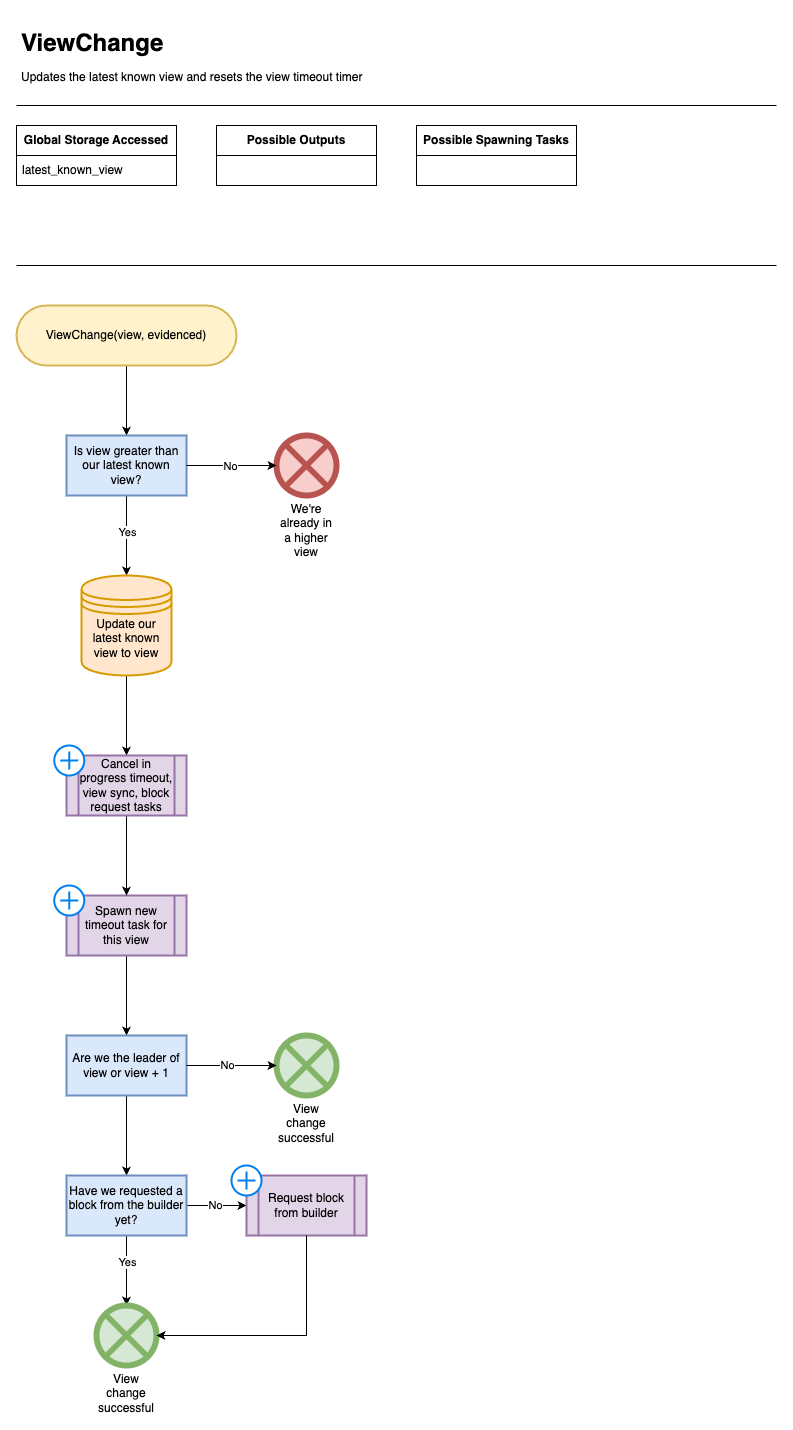
This is docs/diagrams/images/HotShotFlow-ViewChange.drawio.png from EspressoSystems/HotShot, a draw.io export, as it was before one commit. Source tidied: cells renumbered, new cells last; positions are measured from the earlier drawing's top-left corner, leaving out a move shared by most shapes.
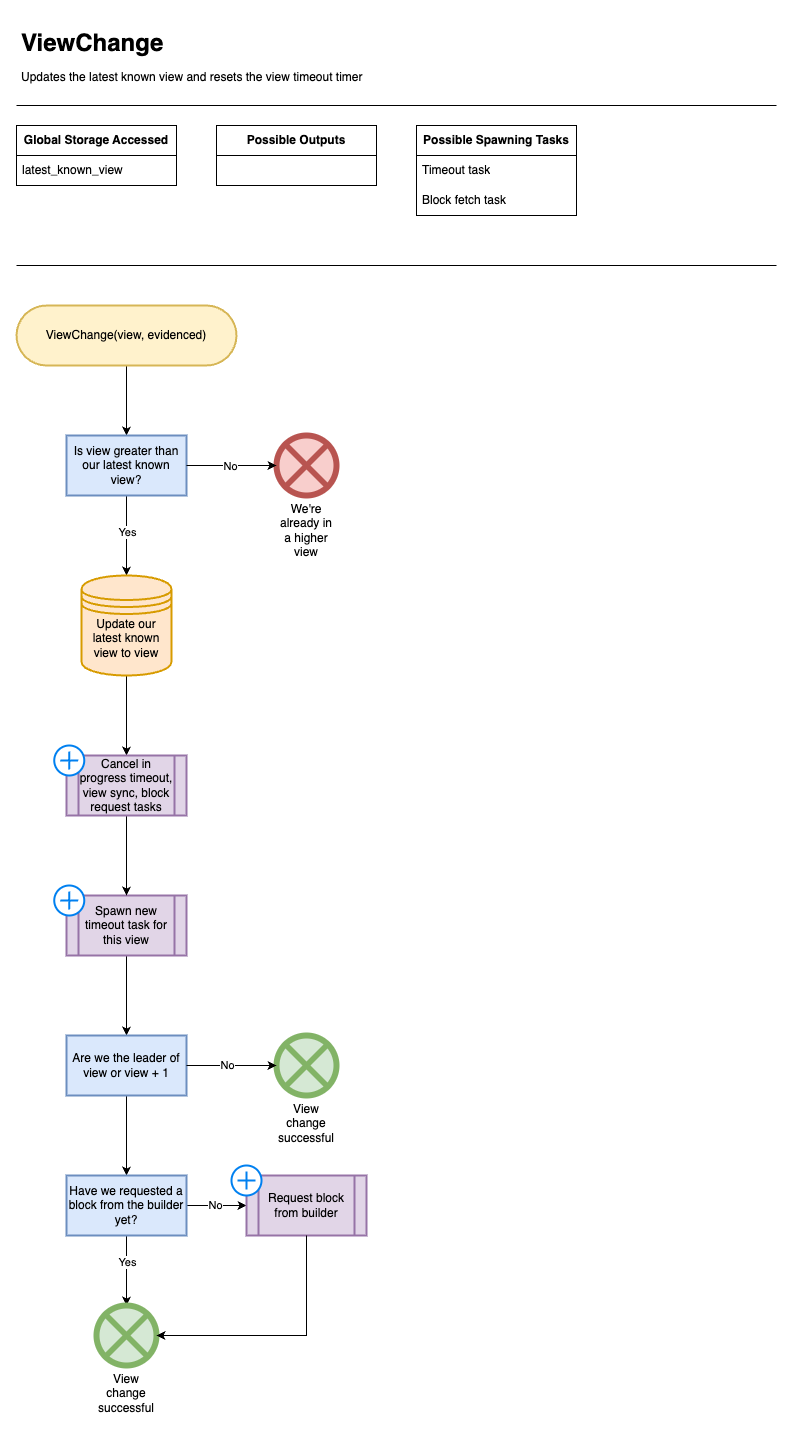
After the commit.

The edit, as a diff of the source:
```diff
@@ -21,8 +21,14 @@
       <mxGeometry x="200" y="100" width="160" height="60" as="geometry" />
     </mxCell>
     <mxCell id="7" value="&lt;b&gt;Possible Spawning Tasks&lt;/b&gt;" style="swimlane;fontStyle=0;horizontal=1;startSize=30;whiteSpace=wrap;html=1;" parent="1" vertex="1">
-      <mxGeometry x="400" y="100" width="160" height="60" as="geometry" />
+      <mxGeometry x="400" y="100" width="160" height="90" as="geometry" />
     </mxCell>
+    <mxCell id="39" value="Timeout task" style="text;strokeColor=none;fillColor=none;align=left;verticalAlign=middle;spacingLeft=4;spacingRight=4;overflow=hidden;whiteSpace=wrap;html=1;" parent="7" vertex="1">
+      <mxGeometry y="30" width="160" height="30" as="geometry" />
+    </mxCell>
+    <mxCell id="40" value="Block fetch task" style="text;strokeColor=none;fillColor=none;align=left;verticalAlign=middle;spacingLeft=4;spacingRight=4;overflow=hidden;whiteSpace=wrap;html=1;" parent="7" vertex="1">
+      <mxGeometry y="60" width="160" height="30" as="geometry" />
+    </mxCell>
     <mxCell id="8" style="endArrow=none;html=1;rounded=0;" parent="1" edge="1">
       <mxGeometry relative="1" as="geometry">
         <mxPoint y="240" as="sourcePoint" />
```
